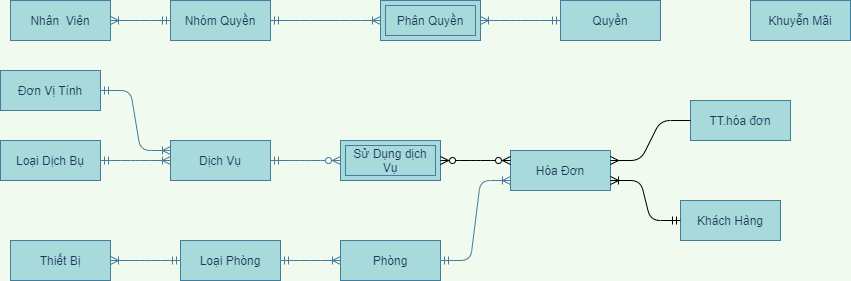
Earlier version of the draw.io export EntityRelationship-QLKS.png (maialino123/QLKS). Source tidied: cells renumbered, new cells last; positions are measured from the earlier drawing's top-left corner, leaving out a move shared by most shapes.
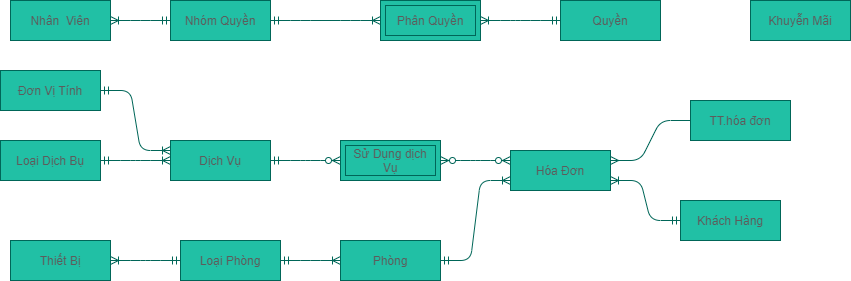
After the change.

Change to the diagram source:
```diff
@@ -1,88 +1,88 @@
-<mxGraphModel background="#F1FAEE">
+<mxGraphModel>
   <root>
     <mxCell id="0" />
     <mxCell id="1" parent="0" />
-    <mxCell id="2" style="edgeStyle=entityRelationEdgeStyle;fontSize=12;html=1;endArrow=ERoneToMany;startArrow=ERmandOne;strokeColor=#457B9D;fillColor=#A8DADC;fontColor=#1D3557;exitX=1;exitY=0.5;exitDx=0;exitDy=0;entryX=0;entryY=0.5;entryDx=0;entryDy=0;labelBackgroundColor=#F1FAEE;" parent="1" edge="1" source="17" target="18">
+    <mxCell id="2" style="edgeStyle=entityRelationEdgeStyle;fontSize=12;html=1;endArrow=ERoneToMany;startArrow=ERmandOne;strokeColor=#006658;fillColor=#21C0A5;fontColor=#5C5C5C;exitX=1;exitY=0.5;exitDx=0;exitDy=0;entryX=0;entryY=0.5;entryDx=0;entryDy=0;" parent="1" edge="1" source="17" target="18">
       <mxGeometry relative="1" as="geometry" />
     </mxCell>
-    <mxCell id="3" style="edgeStyle=entityRelationEdgeStyle;fontSize=12;html=1;endArrow=ERoneToMany;startArrow=ERmandOne;strokeColor=#457B9D;fillColor=#A8DADC;fontColor=#1D3557;entryX=1;entryY=0.5;entryDx=0;entryDy=0;exitX=0;exitY=0.5;exitDx=0;exitDy=0;labelBackgroundColor=#F1FAEE;" parent="1" edge="1" source="17" target="16">
+    <mxCell id="3" style="edgeStyle=entityRelationEdgeStyle;fontSize=12;html=1;endArrow=ERoneToMany;startArrow=ERmandOne;strokeColor=#006658;fillColor=#21C0A5;fontColor=#5C5C5C;entryX=1;entryY=0.5;entryDx=0;entryDy=0;exitX=0;exitY=0.5;exitDx=0;exitDy=0;" parent="1" edge="1" source="17" target="16">
       <mxGeometry relative="1" as="geometry" />
     </mxCell>
-    <mxCell id="4" style="edgeStyle=entityRelationEdgeStyle;fontSize=12;html=1;endArrow=ERoneToMany;startArrow=ERmandOne;strokeColor=#457B9D;fontColor=#1D3557;exitX=1;exitY=0.5;exitDx=0;exitDy=0;entryX=0;entryY=0.5;entryDx=0;entryDy=0;labelBackgroundColor=#F1FAEE;" parent="1" edge="1" source="13" target="14">
+    <mxCell id="4" style="edgeStyle=entityRelationEdgeStyle;fontSize=12;html=1;endArrow=ERoneToMany;startArrow=ERmandOne;strokeColor=#006658;fontColor=#5C5C5C;exitX=1;exitY=0.5;exitDx=0;exitDy=0;entryX=0;entryY=0.5;entryDx=0;entryDy=0;" parent="1" edge="1" source="13" target="14">
       <mxGeometry relative="1" as="geometry" />
     </mxCell>
-    <mxCell id="5" style="edgeStyle=entityRelationEdgeStyle;fontSize=12;html=1;endArrow=ERzeroToMany;startArrow=ERmandOne;entryX=0;entryY=0.5;entryDx=0;entryDy=0;strokeColor=#457B9D;fontColor=#1D3557;exitX=1;exitY=0.5;exitDx=0;exitDy=0;labelBackgroundColor=#F1FAEE;" parent="1" edge="1" source="14" target="6">
+    <mxCell id="5" style="edgeStyle=entityRelationEdgeStyle;fontSize=12;html=1;endArrow=ERzeroToMany;startArrow=ERmandOne;entryX=0;entryY=0.5;entryDx=0;entryDy=0;strokeColor=#006658;fontColor=#5C5C5C;exitX=1;exitY=0.5;exitDx=0;exitDy=0;" parent="1" edge="1" source="14" target="6">
       <mxGeometry relative="1" as="geometry" />
     </mxCell>
-    <mxCell id="6" value="Sử Dụng dịch Vụ" style="shape=ext;margin=3;double=1;whiteSpace=wrap;html=1;align=center;strokeColor=#457B9D;fillColor=#A8DADC;fontColor=#1D3557;" parent="1" vertex="1">
+    <mxCell id="6" value="Sử Dụng dịch Vụ" style="shape=ext;margin=3;double=1;whiteSpace=wrap;html=1;align=center;strokeColor=#006658;fillColor=#21C0A5;fontColor=#5C5C5C;" parent="1" vertex="1">
       <mxGeometry x="340" y="140" width="100" height="40" as="geometry" />
     </mxCell>
-    <mxCell id="7" style="edgeStyle=entityRelationEdgeStyle;fontSize=12;html=1;endArrow=ERoneToMany;startArrow=ERmandOne;strokeColor=#457B9D;fontColor=#1D3557;entryX=1;entryY=0.5;entryDx=0;entryDy=0;exitX=0;exitY=0.5;exitDx=0;exitDy=0;labelBackgroundColor=#F1FAEE;" parent="1" edge="1" source="11" target="8">
+    <mxCell id="7" style="edgeStyle=entityRelationEdgeStyle;fontSize=12;html=1;endArrow=ERoneToMany;startArrow=ERmandOne;strokeColor=#006658;fontColor=#5C5C5C;entryX=1;entryY=0.5;entryDx=0;entryDy=0;exitX=0;exitY=0.5;exitDx=0;exitDy=0;" parent="1" edge="1" source="11" target="8">
       <mxGeometry relative="1" as="geometry" />
     </mxCell>
-    <mxCell id="8" value="Phân Quyền" style="shape=ext;margin=3;double=1;whiteSpace=wrap;html=1;align=center;strokeColor=#457B9D;fillColor=#A8DADC;fontColor=#1D3557;" parent="1" vertex="1">
+    <mxCell id="8" value="Phân Quyền" style="shape=ext;margin=3;double=1;whiteSpace=wrap;html=1;align=center;strokeColor=#006658;fillColor=#21C0A5;fontColor=#5C5C5C;" parent="1" vertex="1">
       <mxGeometry x="380" width="100" height="40" as="geometry" />
     </mxCell>
-    <mxCell id="9" style="edgeStyle=entityRelationEdgeStyle;fontSize=12;html=1;endArrow=ERoneToMany;startArrow=ERmandOne;strokeColor=#457B9D;fontColor=#1D3557;exitX=0;exitY=0.5;exitDx=0;exitDy=0;entryX=1;entryY=0.5;entryDx=0;entryDy=0;labelBackgroundColor=#F1FAEE;" parent="1" edge="1" source="10" target="12">
+    <mxCell id="9" style="edgeStyle=entityRelationEdgeStyle;fontSize=12;html=1;endArrow=ERoneToMany;startArrow=ERmandOne;strokeColor=#006658;fontColor=#5C5C5C;exitX=0;exitY=0.5;exitDx=0;exitDy=0;entryX=1;entryY=0.5;entryDx=0;entryDy=0;" parent="1" edge="1" source="10" target="12">
       <mxGeometry relative="1" as="geometry" />
     </mxCell>
-    <mxCell id="10" value="Nhóm Quyền" style="whiteSpace=wrap;html=1;align=center;rounded=0;sketch=0;strokeColor=#457B9D;fillColor=#A8DADC;fontColor=#1D3557;" parent="1" vertex="1">
+    <mxCell id="10" value="Nhóm Quyền" style="whiteSpace=wrap;html=1;align=center;rounded=0;sketch=0;strokeColor=#006658;fillColor=#21C0A5;fontColor=#5C5C5C;" parent="1" vertex="1">
       <mxGeometry x="170" width="100" height="40" as="geometry" />
     </mxCell>
-    <mxCell id="11" value="Quyền" style="whiteSpace=wrap;html=1;align=center;rounded=0;sketch=0;strokeColor=#457B9D;fillColor=#A8DADC;fontColor=#1D3557;" parent="1" vertex="1">
+    <mxCell id="11" value="Quyền" style="whiteSpace=wrap;html=1;align=center;rounded=0;sketch=0;strokeColor=#006658;fillColor=#21C0A5;fontColor=#5C5C5C;" parent="1" vertex="1">
       <mxGeometry x="560" width="100" height="40" as="geometry" />
     </mxCell>
-    <mxCell id="12" value="Nhân&amp;nbsp; Viên" style="whiteSpace=wrap;html=1;align=center;rounded=0;sketch=0;strokeColor=#457B9D;fillColor=#A8DADC;fontColor=#1D3557;" parent="1" vertex="1">
+    <mxCell id="12" value="Nhân&amp;nbsp; Viên" style="whiteSpace=wrap;html=1;align=center;rounded=0;sketch=0;strokeColor=#006658;fillColor=#21C0A5;fontColor=#5C5C5C;" parent="1" vertex="1">
       <mxGeometry x="10" width="100" height="40" as="geometry" />
     </mxCell>
-    <mxCell id="13" value="Loại Dịch Bụ" style="whiteSpace=wrap;html=1;align=center;rounded=0;sketch=0;strokeColor=#457B9D;fillColor=#A8DADC;fontColor=#1D3557;" parent="1" vertex="1">
+    <mxCell id="13" value="Loại Dịch Bụ" style="whiteSpace=wrap;html=1;align=center;rounded=0;sketch=0;strokeColor=#006658;fillColor=#21C0A5;fontColor=#5C5C5C;" parent="1" vertex="1">
       <mxGeometry y="140" width="100" height="40" as="geometry" />
     </mxCell>
-    <mxCell id="14" value="Dịch Vụ" style="whiteSpace=wrap;html=1;align=center;rounded=0;sketch=0;strokeColor=#457B9D;fillColor=#A8DADC;fontColor=#1D3557;" parent="1" vertex="1">
+    <mxCell id="14" value="Dịch Vụ" style="whiteSpace=wrap;html=1;align=center;rounded=0;sketch=0;strokeColor=#006658;fillColor=#21C0A5;fontColor=#5C5C5C;" parent="1" vertex="1">
       <mxGeometry x="170" y="140" width="100" height="40" as="geometry" />
     </mxCell>
-    <mxCell id="15" value="Khuyễn Mãi" style="whiteSpace=wrap;html=1;align=center;rounded=0;sketch=0;strokeColor=#457B9D;fillColor=#A8DADC;fontColor=#1D3557;" parent="1" vertex="1">
+    <mxCell id="15" value="Khuyễn Mãi" style="whiteSpace=wrap;html=1;align=center;rounded=0;sketch=0;strokeColor=#006658;fillColor=#21C0A5;fontColor=#5C5C5C;" parent="1" vertex="1">
       <mxGeometry x="750" width="100" height="40" as="geometry" />
     </mxCell>
-    <mxCell id="16" value="Thiết Bị" style="whiteSpace=wrap;html=1;align=center;rounded=0;sketch=0;strokeColor=#457B9D;fillColor=#A8DADC;fontColor=#1D3557;" parent="1" vertex="1">
+    <mxCell id="16" value="Thiết Bị" style="whiteSpace=wrap;html=1;align=center;rounded=0;sketch=0;strokeColor=#006658;fillColor=#21C0A5;fontColor=#5C5C5C;" parent="1" vertex="1">
       <mxGeometry x="10" y="240" width="100" height="40" as="geometry" />
     </mxCell>
-    <mxCell id="17" value="Loại Phòng" style="whiteSpace=wrap;html=1;align=center;rounded=0;sketch=0;strokeColor=#457B9D;fillColor=#A8DADC;fontColor=#1D3557;" parent="1" vertex="1">
+    <mxCell id="17" value="Loại Phòng" style="whiteSpace=wrap;html=1;align=center;rounded=0;sketch=0;strokeColor=#006658;fillColor=#21C0A5;fontColor=#5C5C5C;" parent="1" vertex="1">
       <mxGeometry x="180" y="240" width="100" height="40" as="geometry" />
     </mxCell>
-    <mxCell id="18" value="Phòng" style="whiteSpace=wrap;html=1;align=center;rounded=0;sketch=0;strokeColor=#457B9D;fillColor=#A8DADC;fontColor=#1D3557;" parent="1" vertex="1">
+    <mxCell id="18" value="Phòng" style="whiteSpace=wrap;html=1;align=center;rounded=0;sketch=0;strokeColor=#006658;fillColor=#21C0A5;fontColor=#5C5C5C;" parent="1" vertex="1">
       <mxGeometry x="340" y="240" width="100" height="40" as="geometry" />
     </mxCell>
-    <mxCell id="19" value="Khách Hàng" style="whiteSpace=wrap;html=1;align=center;rounded=0;sketch=0;strokeColor=#457B9D;fillColor=#A8DADC;fontColor=#1D3557;" parent="1" vertex="1">
+    <mxCell id="19" value="Khách Hàng" style="whiteSpace=wrap;html=1;align=center;rounded=0;sketch=0;strokeColor=#006658;fillColor=#21C0A5;fontColor=#5C5C5C;" parent="1" vertex="1">
       <mxGeometry x="680" y="200" width="100" height="40" as="geometry" />
     </mxCell>
-    <mxCell id="20" value="Hóa Đơn" style="whiteSpace=wrap;html=1;align=center;rounded=0;sketch=0;strokeColor=#457B9D;fillColor=#A8DADC;fontColor=#1D3557;" parent="1" vertex="1">
+    <mxCell id="20" value="Hóa Đơn" style="whiteSpace=wrap;html=1;align=center;rounded=0;sketch=0;strokeColor=#006658;fillColor=#21C0A5;fontColor=#5C5C5C;" parent="1" vertex="1">
       <mxGeometry x="510" y="150" width="100" height="40" as="geometry" />
     </mxCell>
-    <mxCell id="21" style="edgeStyle=entityRelationEdgeStyle;fontSize=12;html=1;endArrow=ERoneToMany;startArrow=ERmandOne;strokeColor=#457B9D;fontColor=#1D3557;exitX=1;exitY=0.5;exitDx=0;exitDy=0;labelBackgroundColor=#F1FAEE;" parent="1" edge="1" source="10" target="8">
+    <mxCell id="21" style="edgeStyle=entityRelationEdgeStyle;fontSize=12;html=1;endArrow=ERoneToMany;startArrow=ERmandOne;strokeColor=#006658;fontColor=#5C5C5C;exitX=1;exitY=0.5;exitDx=0;exitDy=0;" parent="1" edge="1" source="10" target="8">
       <mxGeometry relative="1" as="geometry" />
     </mxCell>
-    <mxCell id="22" style="edgeStyle=entityRelationEdgeStyle;fontSize=12;html=1;endArrow=ERoneToMany;startArrow=ERmandOne;strokeColor=#457B9D;fillColor=#A8DADC;exitX=1;exitY=0.5;exitDx=0;exitDy=0;entryX=0;entryY=0.75;entryDx=0;entryDy=0;labelBackgroundColor=#F1FAEE;fontColor=#1D3557;" parent="1" edge="1" source="18" target="20">
+    <mxCell id="22" style="edgeStyle=entityRelationEdgeStyle;fontSize=12;html=1;endArrow=ERoneToMany;startArrow=ERmandOne;strokeColor=#006658;fillColor=#21C0A5;exitX=1;exitY=0.5;exitDx=0;exitDy=0;entryX=0;entryY=0.75;entryDx=0;entryDy=0;fontColor=#5C5C5C;" parent="1" edge="1" source="18" target="20">
       <mxGeometry relative="1" as="geometry" />
     </mxCell>
-    <mxCell id="23" value="TT.hóa đơn" style="whiteSpace=wrap;html=1;align=center;rounded=0;sketch=0;strokeColor=#457B9D;fillColor=#A8DADC;fontColor=#1D3557;" parent="1" vertex="1">
+    <mxCell id="23" value="TT.hóa đơn" style="whiteSpace=wrap;html=1;align=center;rounded=0;sketch=0;strokeColor=#006658;fillColor=#21C0A5;fontColor=#5C5C5C;" parent="1" vertex="1">
       <mxGeometry x="690" y="100" width="100" height="40" as="geometry" />
     </mxCell>
-    <mxCell id="24" style="edgeStyle=entityRelationEdgeStyle;fontSize=12;html=1;endArrow=ERmany;exitX=0;exitY=0.5;exitDx=0;exitDy=0;entryX=1;entryY=0.25;entryDx=0;entryDy=0;" parent="1" edge="1" source="23" target="20">
+    <mxCell id="24" style="edgeStyle=entityRelationEdgeStyle;fontSize=12;html=1;endArrow=ERmany;exitX=0;exitY=0.5;exitDx=0;exitDy=0;entryX=1;entryY=0.25;entryDx=0;entryDy=0;strokeColor=#006658;fontColor=#5C5C5C;" parent="1" edge="1" source="23" target="20">
       <mxGeometry relative="1" as="geometry" />
     </mxCell>
-    <mxCell id="25" value="Đơn Vị Tính" style="whiteSpace=wrap;html=1;align=center;rounded=0;sketch=0;strokeColor=#457B9D;fillColor=#A8DADC;fontColor=#1D3557;" parent="1" vertex="1">
+    <mxCell id="25" value="Đơn Vị Tính" style="whiteSpace=wrap;html=1;align=center;rounded=0;sketch=0;strokeColor=#006658;fillColor=#21C0A5;fontColor=#5C5C5C;" parent="1" vertex="1">
       <mxGeometry y="70" width="100" height="40" as="geometry" />
     </mxCell>
-    <mxCell id="26" style="edgeStyle=entityRelationEdgeStyle;fontSize=12;html=1;endArrow=ERoneToMany;startArrow=ERmandOne;strokeColor=#457B9D;fontColor=#1D3557;exitX=1;exitY=0.5;exitDx=0;exitDy=0;entryX=0;entryY=0.25;entryDx=0;entryDy=0;labelBackgroundColor=#F1FAEE;" parent="1" edge="1" source="25" target="14">
+    <mxCell id="26" style="edgeStyle=entityRelationEdgeStyle;fontSize=12;html=1;endArrow=ERoneToMany;startArrow=ERmandOne;strokeColor=#006658;fontColor=#5C5C5C;exitX=1;exitY=0.5;exitDx=0;exitDy=0;entryX=0;entryY=0.25;entryDx=0;entryDy=0;" parent="1" edge="1" source="25" target="14">
       <mxGeometry relative="1" as="geometry" />
     </mxCell>
-    <mxCell id="27" style="edgeStyle=entityRelationEdgeStyle;fontSize=12;html=1;endArrow=ERzeroToMany;endFill=1;startArrow=ERzeroToMany;exitX=1;exitY=0.5;exitDx=0;exitDy=0;" parent="1" edge="1" source="6">
+    <mxCell id="27" style="edgeStyle=entityRelationEdgeStyle;fontSize=12;html=1;endArrow=ERzeroToMany;endFill=1;startArrow=ERzeroToMany;exitX=1;exitY=0.5;exitDx=0;exitDy=0;strokeColor=#006658;fontColor=#5C5C5C;" parent="1" edge="1" source="6">
       <mxGeometry relative="1" as="geometry">
         <mxPoint x="510" y="160" as="targetPoint" />
       </mxGeometry>
     </mxCell>
-    <mxCell id="28" style="edgeStyle=entityRelationEdgeStyle;fontSize=12;html=1;endArrow=ERoneToMany;startArrow=ERmandOne;entryX=1;entryY=0.75;entryDx=0;entryDy=0;exitX=0;exitY=0.5;exitDx=0;exitDy=0;" parent="1" edge="1" source="19" target="20">
+    <mxCell id="28" style="edgeStyle=entityRelationEdgeStyle;fontSize=12;html=1;endArrow=ERoneToMany;startArrow=ERmandOne;entryX=1;entryY=0.75;entryDx=0;entryDy=0;exitX=0;exitY=0.5;exitDx=0;exitDy=0;strokeColor=#006658;fontColor=#5C5C5C;" parent="1" edge="1" source="19" target="20">
       <mxGeometry relative="1" as="geometry" />
     </mxCell>
   </root>
```
